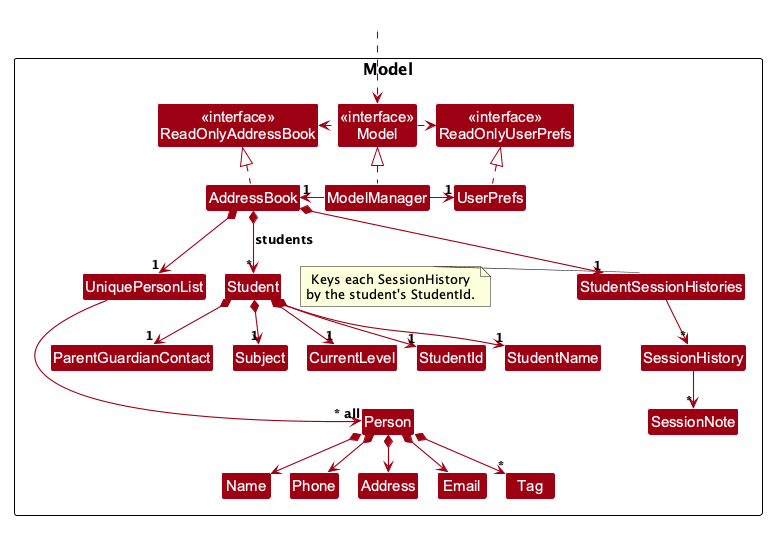
Earlier version of the PlantUML export docs/images/ModelClassDiagram.png (AY2627S1-CS2103T-F09-1/tp).
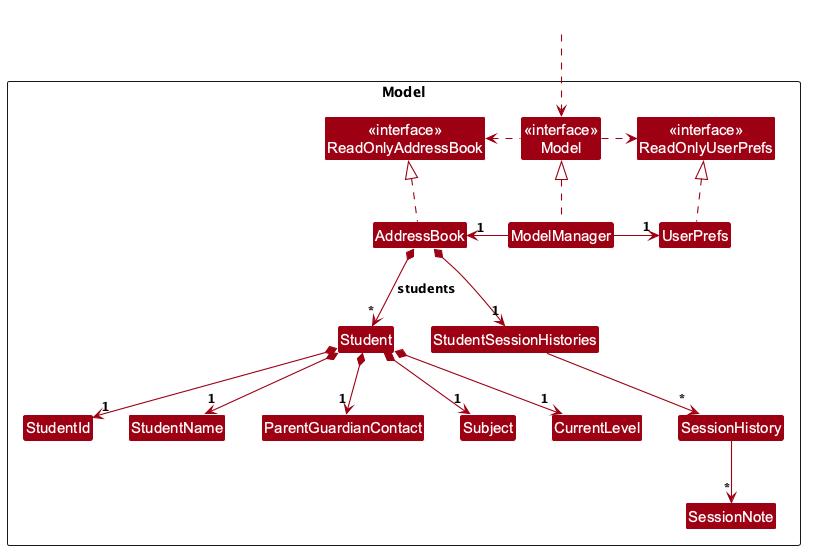
After the change.

Commit message:
Focus the Model section on students

Diff of the diagram source:
```diff
@@ -1,5 +1,4 @@
 @startuml
-!pragma layout smetana
 !include style.puml
 skinparam arrowThickness 1.1
 skinparam arrowColor MODEL_COLOR
@@ -7,19 +6,12 @@
 
 Package Model as ModelPackage {
 Class "<<interface>>\nReadOnlyAddressBook" as ReadOnlyAddressBook
+Class "<<interface>>\nModel" as Model
 Class "<<interface>>\nReadOnlyUserPrefs" as ReadOnlyUserPrefs
-Class "<<interface>>\nModel" as Model
 Class AddressBook
 Class ModelManager
 Class UserPrefs
 
-Class UniquePersonList
-Class Person
-Class Address
-Class Email
-Class Name
-Class Phone
-Class Tag
 Class Student
 Class StudentId
 Class StudentName
@@ -29,49 +21,31 @@
 Class StudentSessionHistories
 Class SessionHistory
 Class SessionNote
-
-note left of StudentSessionHistories
-  Keys each SessionHistory
-  by the student's StudentId.
-end note
-
-Class I #FFFFFF
 }
 
 Class HiddenOutside #FFFFFF
 HiddenOutside ..> Model
 
+Model .left.> ReadOnlyAddressBook
+Model .right.> ReadOnlyUserPrefs
+ModelManager .up.|> Model
 AddressBook .up.|> ReadOnlyAddressBook
-
-ModelManager .up.|> Model
-Model .right.> ReadOnlyUserPrefs
-Model .left.> ReadOnlyAddressBook
+UserPrefs .up.|> ReadOnlyUserPrefs
 ModelManager -left-> "1" AddressBook
 ModelManager -right-> "1" UserPrefs
-UserPrefs .up.|> ReadOnlyUserPrefs
 
-AddressBook *--> "1" UniquePersonList
-UniquePersonList --> "~* all" Person
 AddressBook *--> "*" Student : students
+AddressBook *--> "1" StudentSessionHistories
+
 Student *--> "1" StudentId
 Student *--> "1" StudentName
 Student *--> "1" ParentGuardianContact
 Student *--> "1" Subject
 Student *--> "1" CurrentLevel
-AddressBook *--> "1" StudentSessionHistories
+
 StudentSessionHistories --> "*" SessionHistory
 SessionHistory --> "*" SessionNote
-Person *--> Name
-Person *--> Phone
-Person *--> Email
-Person *--> Address
-Person *--> "*" Tag
 
-Person -[hidden]up--> I
-UniquePersonList -[hidden]right-> I
-
-Name -[hidden]right-> Phone
-Phone -[hidden]right-> Address
-Address -[hidden]right-> Email
+Student -[hidden]right- StudentSessionHistories
 
 @enduml
```
